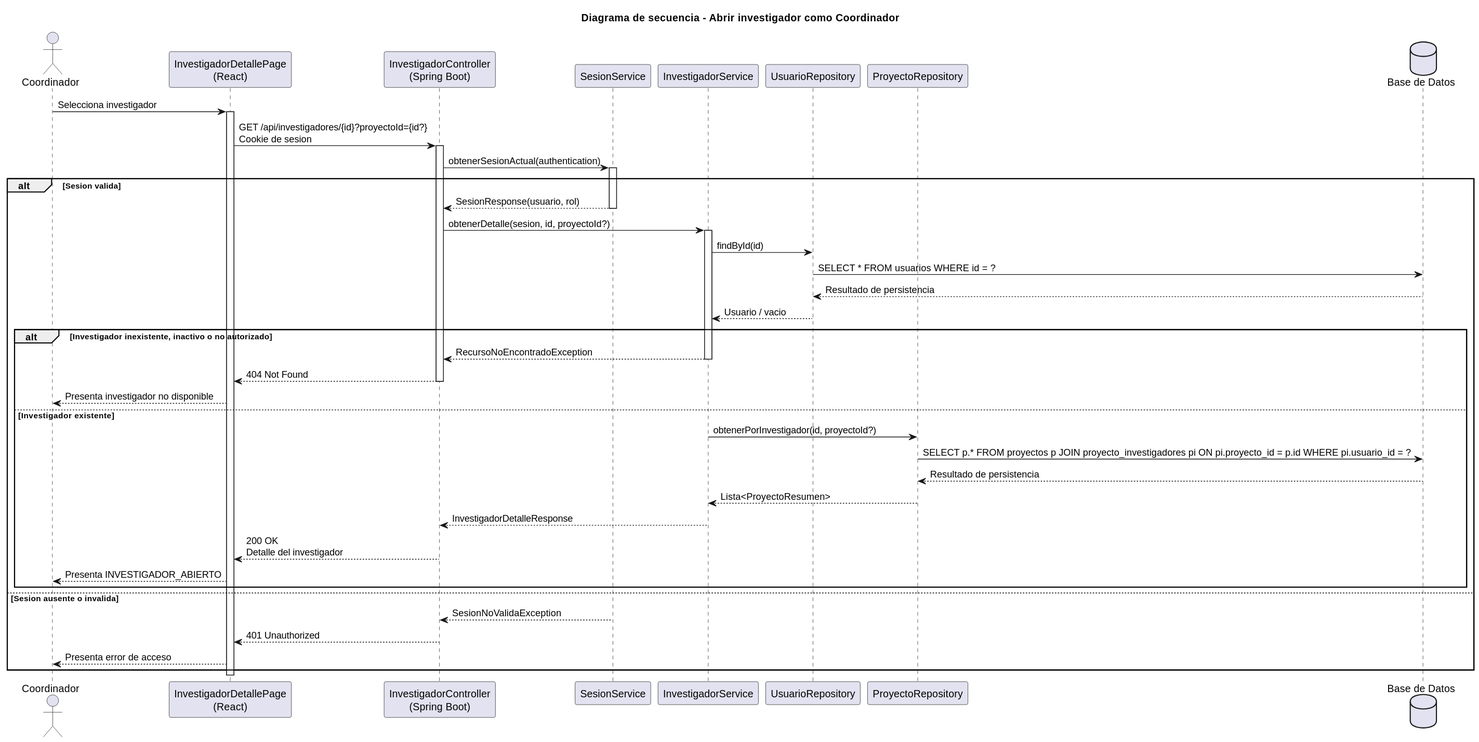
Before: images/RUP/02-diseño/casos-uso/coordinador/abrirInvestigador/secuencia.svg, a diagram exported from PlantUML (beatriizorozco/25-26-idsw2-sdVC).
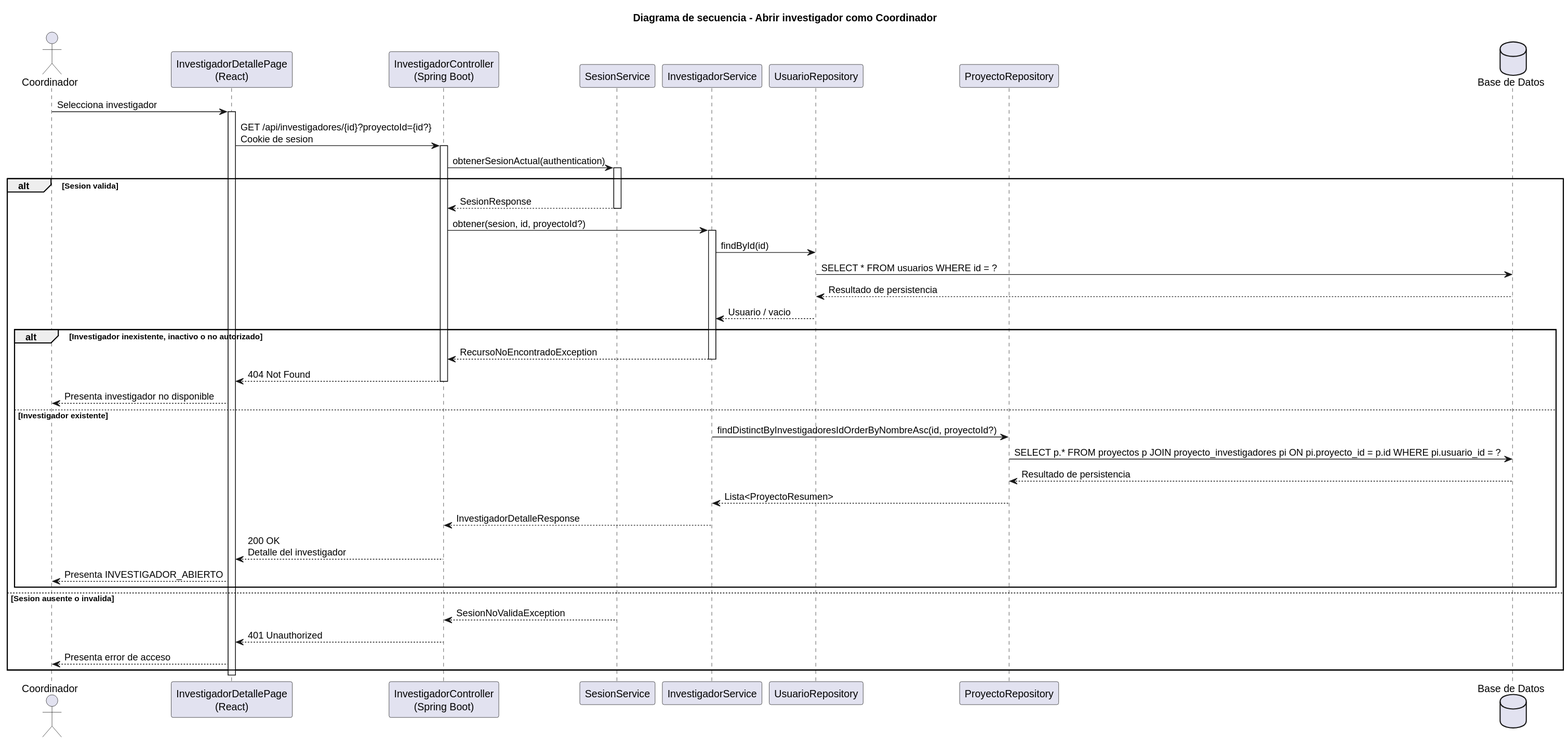
Above is the later version.

What changed in the source:
```diff
@@ -17,9 +17,9 @@
 Api -> Sesion: obtenerSesionActual(authentication)
 activate Sesion
 alt Sesion valida
-    Sesion --> Api: SesionResponse(usuario, rol)
+    Sesion --> Api: SesionResponse
     deactivate Sesion
-    Api -> Service: obtenerDetalle(sesion, id, proyectoId?)
+    Api -> Service: obtener(sesion, id, proyectoId?)
     activate Service
     Service -> UsuarioRepo: findById(id)
     UsuarioRepo -> DB: SELECT * FROM usuarios WHERE id = ?
@@ -32,7 +32,7 @@
         deactivate Api
         Frontend --> Coordinador: Presenta investigador no disponible
     else Investigador existente
-        Service -> ProyectoRepo: obtenerPorInvestigador(id, proyectoId?)
+        Service -> ProyectoRepo: findDistinctByInvestigadoresIdOrderByNombreAsc(id, proyectoId?)
         ProyectoRepo -> DB: SELECT p.* FROM proyectos p JOIN proyecto_investigadores pi ON pi.proyecto_id = p.id WHERE pi.usuario_id = ?
         DB --> ProyectoRepo: Resultado de persistencia
         ProyectoRepo --> Service: Lista<ProyectoResumen>
```
